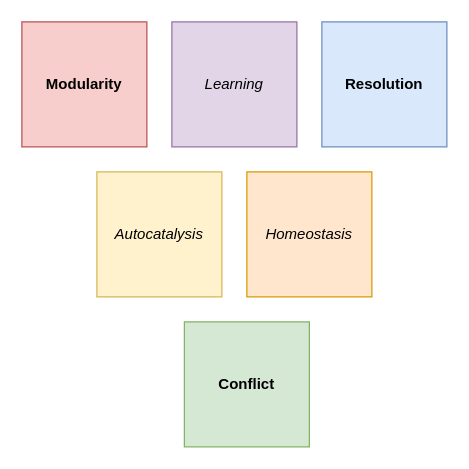
Before: tensions.drawio in codeaudit/1, a draw.io diagram. Source tidied: cells renumbered, new cells numbered last; positions are measured from the earlier drawing's top-left corner, leaving out a move shared by most shapes. Both pictures are drawn from the tidied source at 125%, with x=0, y=0 at pixel (21, 21).
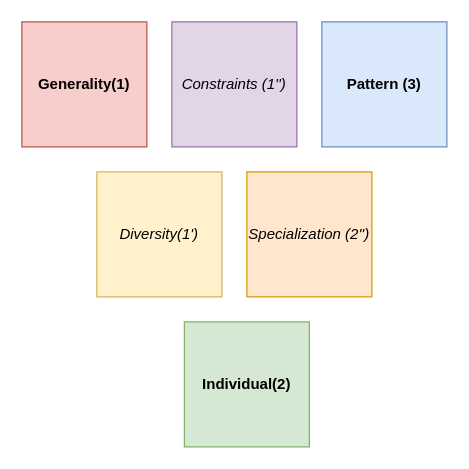
The same diagram, later.

What changed in the source:
```diff
@@
 <mxGraphModel background="#ffffff">
   <root>
     <mxCell id="0" />
     <mxCell id="1" parent="0" />
-    <mxCell id="2" value="&lt;span&gt;&lt;b&gt;Modularity&lt;/b&gt;&lt;/span&gt;" style="whiteSpace=wrap;html=1;fillColor=#f8cecc;strokeColor=#b85450;" parent="1" vertex="1">
+    <mxCell id="2" value="&lt;span&gt;&lt;b&gt;Generality(1)&lt;/b&gt;&lt;/span&gt;" style="whiteSpace=wrap;html=1;fillColor=#f8cecc;strokeColor=#b85450;" parent="1" vertex="1">
       <mxGeometry width="100" height="100" as="geometry" />
     </mxCell>
-    <mxCell id="3" value="&lt;i&gt;Learning&lt;/i&gt;" style="whiteSpace=wrap;html=1;fillColor=#e1d5e7;strokeColor=#9673a6;" parent="1" vertex="1">
+    <mxCell id="3" value="&lt;i&gt;Constraints (1'')&lt;br&gt;&lt;/i&gt;" style="whiteSpace=wrap;html=1;fillColor=#e1d5e7;strokeColor=#9673a6;" parent="1" vertex="1">
       <mxGeometry x="120" width="100" height="100" as="geometry" />
     </mxCell>
-    <mxCell id="4" value="&lt;b&gt;Resolution&lt;/b&gt;" style="whiteSpace=wrap;html=1;fillColor=#dae8fc;strokeColor=#6c8ebf;" parent="1" vertex="1">
+    <mxCell id="4" value="&lt;b&gt;Pattern (3)&lt;/b&gt;" style="whiteSpace=wrap;html=1;fillColor=#dae8fc;strokeColor=#6c8ebf;" parent="1" vertex="1">
       <mxGeometry x="240" width="100" height="100" as="geometry" />
     </mxCell>
-    <mxCell id="5" value="&lt;i&gt;Autocatalysis&lt;/i&gt;" style="whiteSpace=wrap;html=1;fillColor=#fff2cc;strokeColor=#d6b656;" parent="1" vertex="1">
+    <mxCell id="5" value="&lt;i&gt;Diversity(1')&lt;/i&gt;" style="whiteSpace=wrap;html=1;fillColor=#fff2cc;strokeColor=#d6b656;" parent="1" vertex="1">
       <mxGeometry x="60" y="120" width="100" height="100" as="geometry" />
     </mxCell>
-    <mxCell id="6" value="&lt;i&gt;Homeostasis&lt;/i&gt;" style="whiteSpace=wrap;html=1;fillColor=#ffe6cc;strokeColor=#d79b00;" parent="1" vertex="1">
+    <mxCell id="6" value="&lt;i&gt;Specialization (2'')&lt;/i&gt;" style="whiteSpace=wrap;html=1;fillColor=#ffe6cc;strokeColor=#d79b00;" parent="1" vertex="1">
       <mxGeometry x="180" y="120" width="100" height="100" as="geometry" />
     </mxCell>
-    <mxCell id="7" value="&lt;b&gt;&lt;font style=&quot;font-size: 12px&quot;&gt;Conflict&lt;br&gt;&lt;/font&gt;&lt;/b&gt;" style="whiteSpace=wrap;html=1;fillColor=#d5e8d4;strokeColor=#82b366;" parent="1" vertex="1">
+    <mxCell id="7" value="&lt;b&gt;&lt;font style=&quot;font-size: 12px&quot;&gt;Individual(2)&lt;br&gt;&lt;/font&gt;&lt;/b&gt;" style="whiteSpace=wrap;html=1;fillColor=#d5e8d4;strokeColor=#82b366;" parent="1" vertex="1">
       <mxGeometry x="130" y="240" width="100" height="100" as="geometry" />
     </mxCell>
   </root>
 </mxGraphModel>
```
